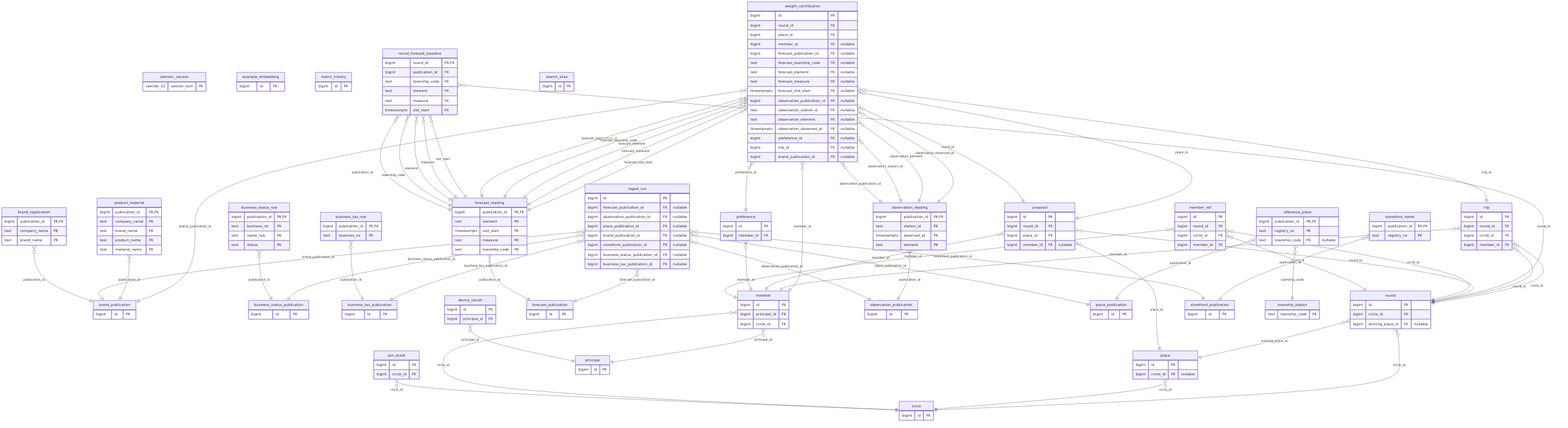
Earlier version of the Mermaid export docs/diagrams/er-overview.png (JacksonG-TW/Uptoyou). Its source is kept beside it as docs/diagrams/er-overview.mmd.
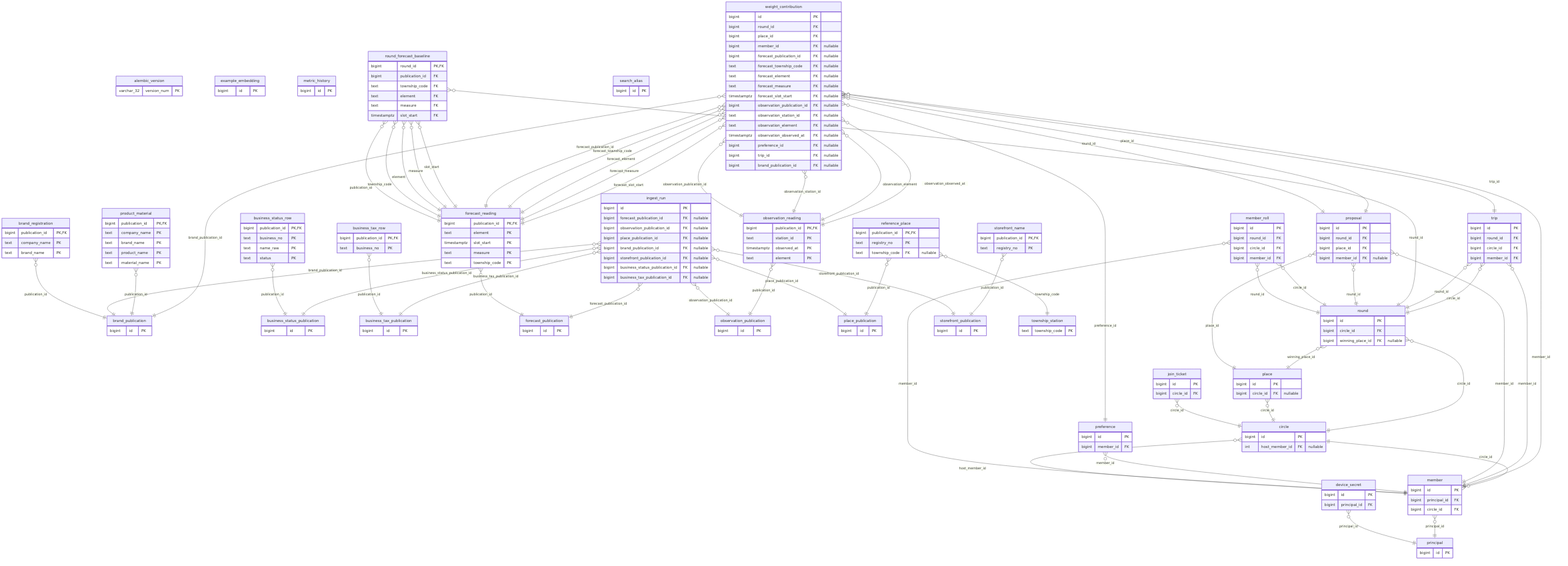
The same file after the commit.

Commit message:
ER diagrams: redrawn for the circle host column; the schema note counts 34 tables

What changed in the source:
```diff
@@ -28,6 +28,7 @@
     }
     circle {
         bigint id PK
+        int host_member_id FK "nullable"
     }
     device_secret {
         bigint id PK
@@ -168,6 +169,7 @@
     brand_registration }o--|| brand_publication : "publication_id"
     business_status_row }o--|| business_status_publication : "publication_id"
     business_tax_row }o--|| business_tax_publication : "publication_id"
+    circle }o--|| member : "host_member_id"
     device_secret }o--|| principal : "principal_id"
     forecast_reading }o--|| forecast_publication : "publication_id"
     ingest_run }o--|| forecast_publication : "forecast_publication_id"
```
